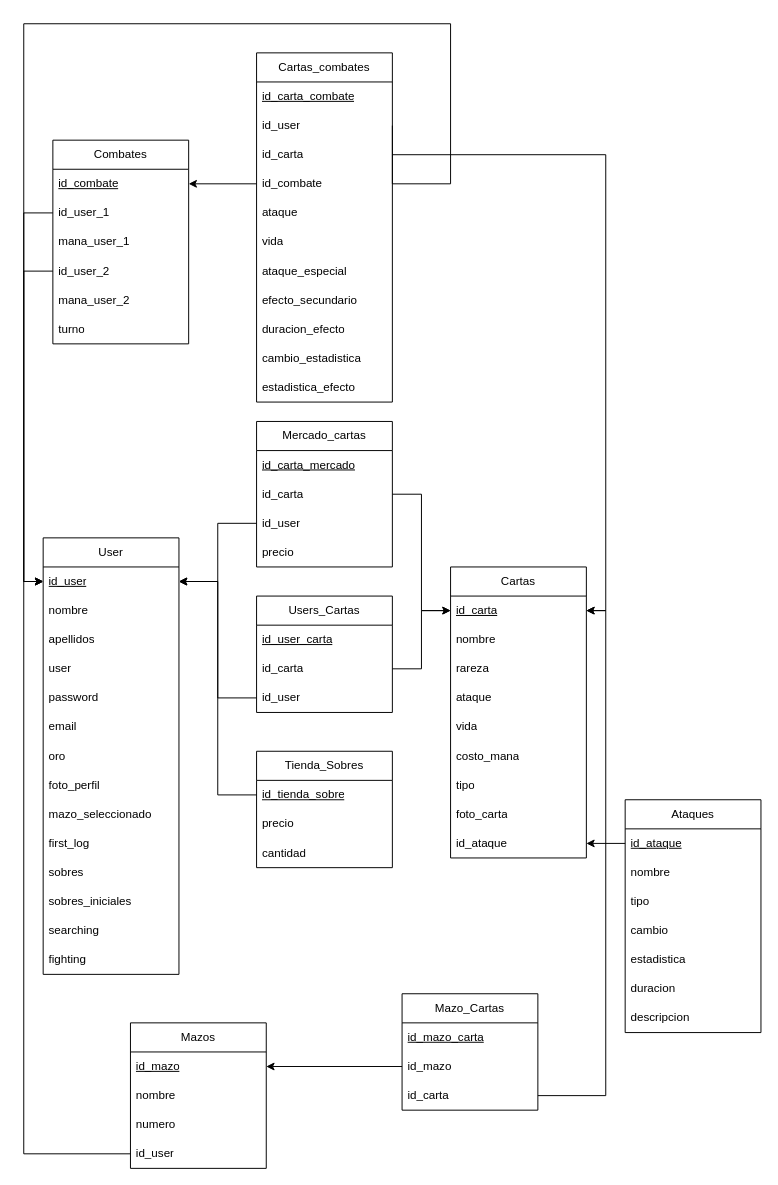
Above: Diagramas/BBDD.drawio in MiguelGallardoRevaliente/ProjecteFinal (draw.io), before the change. Source tidied: cells renumbered, new cells numbered last; positions are measured from the earlier drawing's top-left corner, leaving out a move shared by most shapes. Both pictures are drawn from the tidied source at 97%, with x=0, y=0 at pixel (23, 23).
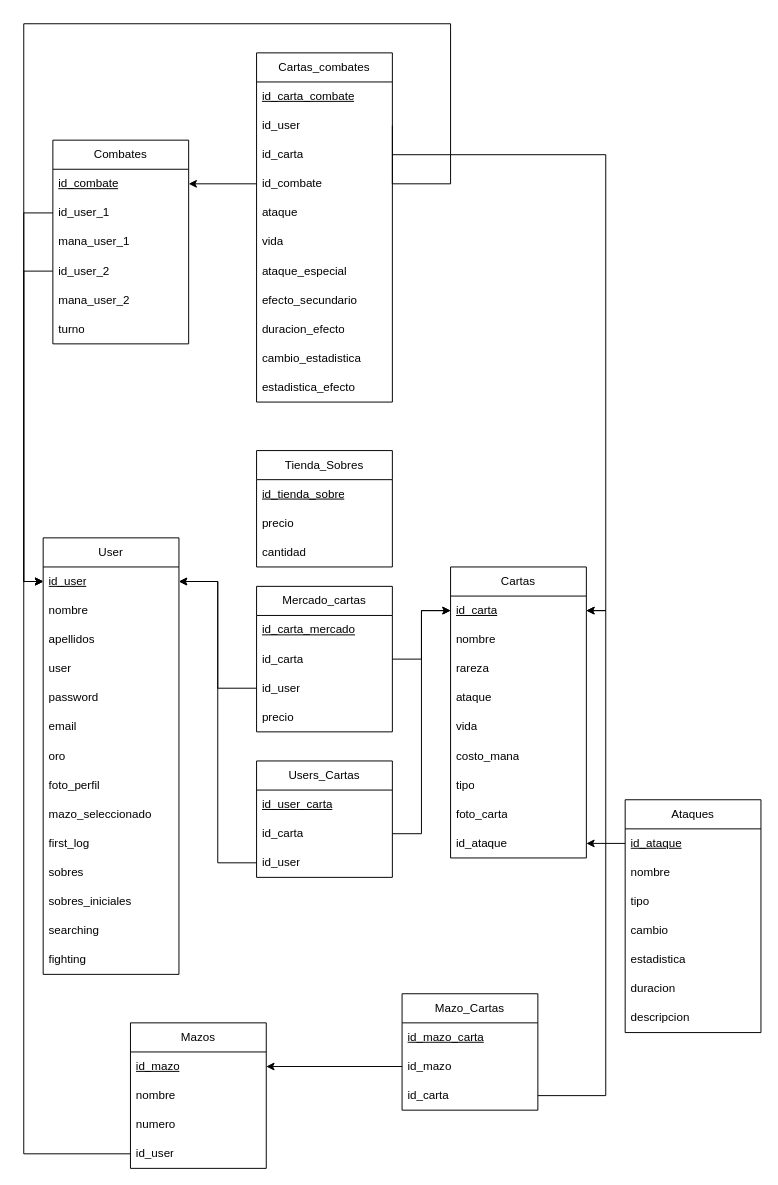
The same diagram, later.

Commit message (it also covers changes not shown here):
diagramas, comentarios, index update

Unchanged cells that the change refers to:
```xml
<mxCell id="3" value="&lt;u&gt;id_user&lt;/u&gt;" style="text;strokeColor=none;fillColor=none;align=left;verticalAlign=middle;spacingLeft=4;spacingRight=4;overflow=hidden;points=[[0,0.5],[1,0.5]];portConstraint=eastwest;whiteSpace=wrap;html=1;" parent="2" vertex="1">
  <mxGeometry y="30" width="140" height="30" as="geometry" />
</mxCell>
<mxCell id="41" value="&lt;u&gt;id_tienda_sobre&lt;/u&gt;" style="text;strokeColor=none;fillColor=none;align=left;verticalAlign=middle;spacingLeft=4;spacingRight=4;overflow=hidden;points=[[0,0.5],[1,0.5]];portConstraint=eastwest;whiteSpace=wrap;html=1;" parent="40" vertex="1">
  <mxGeometry y="30" width="140" height="30" as="geometry" />
</mxCell>
```

Diff of the diagram source:
```diff
@@
     <mxCell id="27" value="Users_Cartas" style="swimlane;fontStyle=0;horizontal=1;startSize=30;whiteSpace=wrap;html=1;" parent="1" vertex="1">
-      <mxGeometry x="240" y="590" width="140" height="120" as="geometry" />
+      <mxGeometry x="240" y="760" width="140" height="120" as="geometry" />
     </mxCell>
@@
     <mxCell id="33" value="Mercado_cartas" style="swimlane;fontStyle=0;horizontal=1;startSize=30;whiteSpace=wrap;html=1;" parent="1" vertex="1">
-      <mxGeometry x="240" y="410" width="140" height="150" as="geometry" />
+      <mxGeometry x="240" y="580" width="140" height="150" as="geometry" />
     </mxCell>
@@
     <mxCell id="40" value="Tienda_Sobres" style="swimlane;fontStyle=0;horizontal=1;startSize=30;whiteSpace=wrap;html=1;" parent="1" vertex="1">
-      <mxGeometry x="240" y="750" width="140" height="120" as="geometry" />
+      <mxGeometry x="240" y="440" width="140" height="120" as="geometry" />
     </mxCell>
@@
-    <mxCell id="44" style="edgeStyle=orthogonalEdgeStyle;rounded=0;jettySize=auto;html=1;entryX=1;entryY=0.5;entryDx=0;entryDy=0;" parent="1" edge="1" source="41" target="3">
-      <mxGeometry relative="1" as="geometry" />
-    </mxCell>
```
